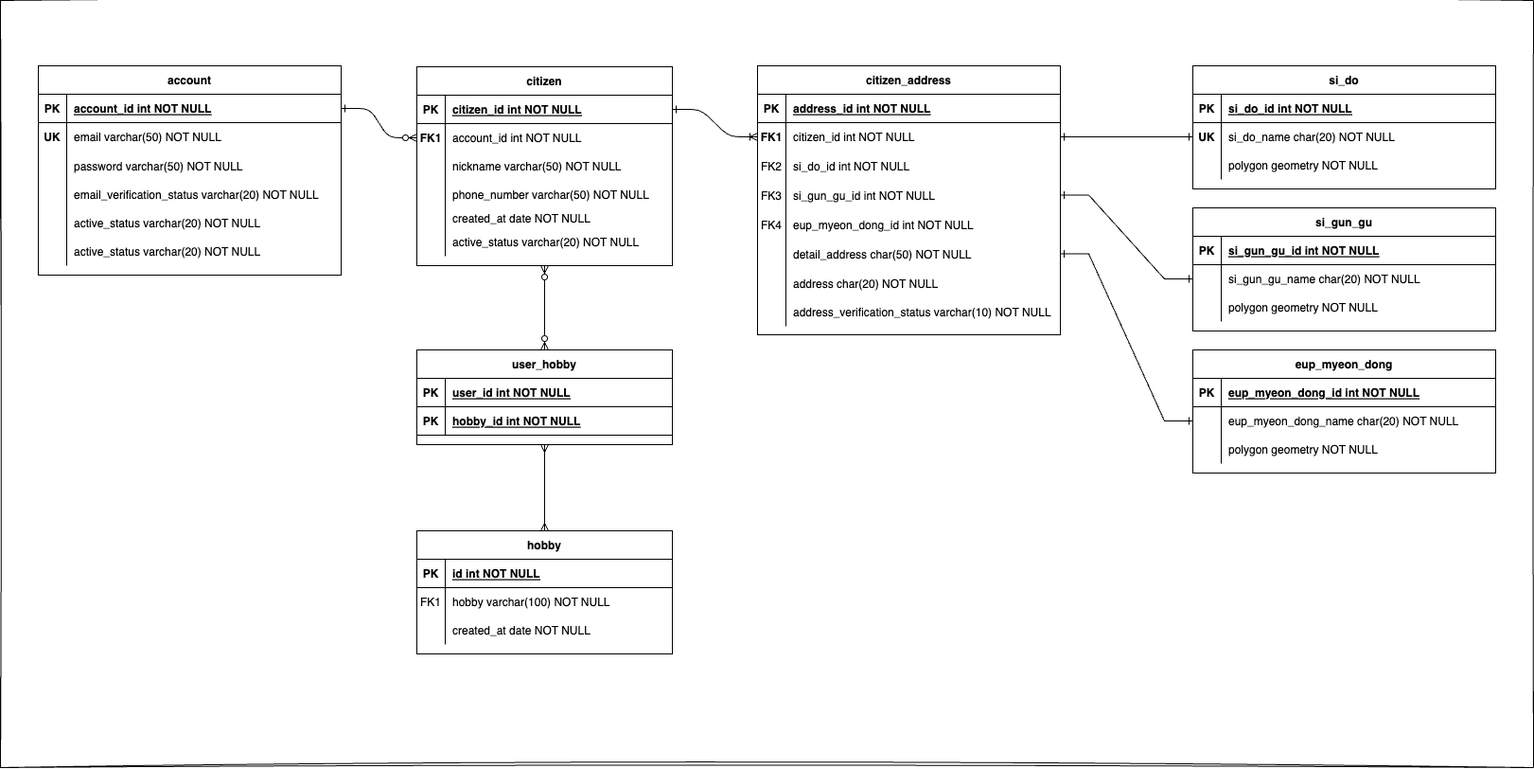
Earlier version of the draw.io export erd.drawio.png (choomi1217/neighbor). Source tidied: cells renumbered, new cells last; positions are measured from the earlier drawing's top-left corner, leaving out a move shared by most shapes.
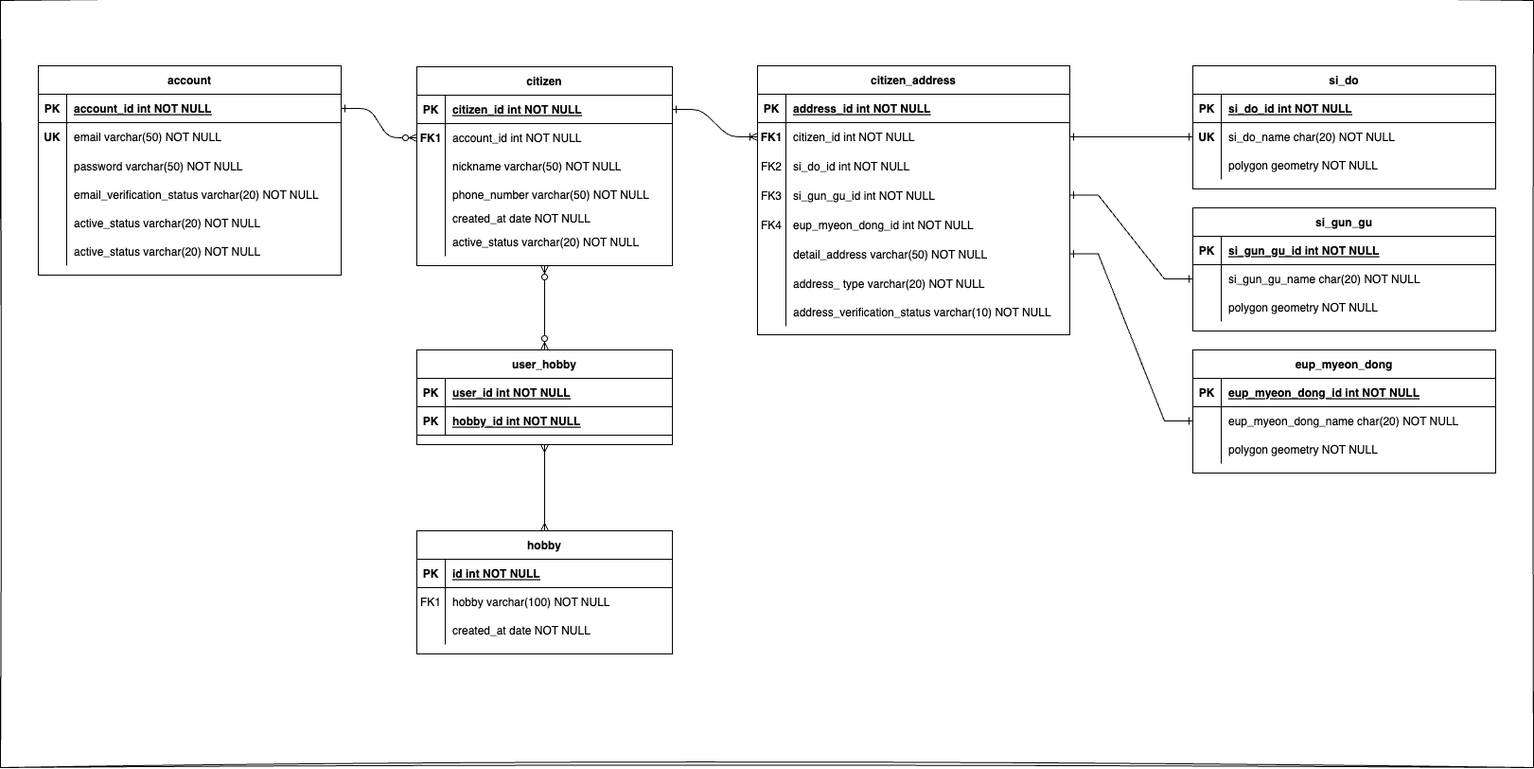
Later version of the same file.

The edit, as a diff of the source:
```diff
@@ -69,79 +69,79 @@
       <mxGeometry x="30" width="240" height="30" as="geometry" />
     </mxCell>
     <mxCell id="24" value="citizen_address" style="shape=table;startSize=30;rowLines=0;fontStyle=1;align=center;" parent="1" vertex="1">
-      <mxGeometry x="800" y="69" width="320" height="284" as="geometry" />
+      <mxGeometry x="800" y="69" width="330" height="284" as="geometry" />
     </mxCell>
     <mxCell id="25" style="shape=partialRectangle;fillColor=none;top=0;left=0;right=0;bottom=1;" parent="24" vertex="1">
-      <mxGeometry y="30" width="320" height="30" as="geometry" />
+      <mxGeometry y="30" width="330" height="30" as="geometry" />
     </mxCell>
     <mxCell id="26" value="PK" style="shape=partialRectangle;overflow=hidden;fillColor=none;top=0;left=0;bottom=0;right=0;fontStyle=1;" parent="25" vertex="1">
       <mxGeometry width="30" height="30" as="geometry" />
     </mxCell>
     <mxCell id="27" value="address_id int NOT NULL " style="shape=partialRectangle;overflow=hidden;fillColor=none;top=0;left=0;bottom=0;right=0;align=left;spacingLeft=6;fontStyle=5;" parent="25" vertex="1">
-      <mxGeometry x="30" width="290" height="30" as="geometry" />
+      <mxGeometry x="30" width="300" height="30" as="geometry" />
     </mxCell>
     <mxCell id="28" style="shape=partialRectangle;fillColor=none;points=[[0,0.5],[1,0.5]];portConstraint=eastwest;top=0;left=0;right=0;bottom=0;" parent="24" vertex="1">
-      <mxGeometry y="60" width="320" height="30" as="geometry" />
+      <mxGeometry y="60" width="330" height="30" as="geometry" />
     </mxCell>
     <mxCell id="29" value="FK1" style="shape=partialRectangle;overflow=hidden;fillColor=none;top=0;left=0;bottom=0;right=0;fontStyle=1;" parent="28" vertex="1">
       <mxGeometry width="30" height="30" as="geometry" />
     </mxCell>
     <mxCell id="30" value="citizen_id int NOT NULL" style="shape=partialRectangle;overflow=hidden;fillColor=none;top=0;left=0;bottom=0;right=0;align=left;spacingLeft=6;" parent="28" vertex="1">
-      <mxGeometry x="30" width="290" height="30" as="geometry" />
+      <mxGeometry x="30" width="300" height="30" as="geometry" />
     </mxCell>
     <mxCell id="31" style="shape=partialRectangle;fillColor=none;top=0;left=0;right=0;bottom=0;" parent="24" vertex="1">
-      <mxGeometry y="90" width="320" height="31" as="geometry" />
+      <mxGeometry y="90" width="330" height="31" as="geometry" />
     </mxCell>
     <mxCell id="32" value="FK2" style="shape=partialRectangle;overflow=hidden;fillColor=none;top=0;left=0;bottom=0;right=0;" parent="31" vertex="1">
       <mxGeometry width="30" height="31" as="geometry" />
     </mxCell>
     <mxCell id="33" value="si_do_id int NOT NULL" style="shape=partialRectangle;overflow=hidden;fillColor=none;top=0;left=0;bottom=0;right=0;align=left;spacingLeft=6;" parent="31" vertex="1">
-      <mxGeometry x="30" width="290" height="31" as="geometry" />
+      <mxGeometry x="30" width="300" height="31" as="geometry" />
     </mxCell>
     <mxCell id="34" style="shape=partialRectangle;fillColor=none;points=[[0,0.5],[1,0.5]];portConstraint=eastwest;top=0;left=0;right=0;bottom=0;" parent="24" vertex="1">
-      <mxGeometry y="121" width="320" height="31" as="geometry" />
+      <mxGeometry y="121" width="330" height="31" as="geometry" />
     </mxCell>
     <mxCell id="35" value="FK3" style="shape=partialRectangle;overflow=hidden;fillColor=none;top=0;left=0;bottom=0;right=0;" parent="34" vertex="1">
       <mxGeometry width="30" height="31" as="geometry" />
     </mxCell>
     <mxCell id="36" value="si_gun_gu_id int NOT NULL" style="shape=partialRectangle;overflow=hidden;fillColor=none;top=0;left=0;bottom=0;right=0;align=left;spacingLeft=6;" parent="34" vertex="1">
-      <mxGeometry x="30" width="290" height="31" as="geometry" />
+      <mxGeometry x="30" width="300" height="31" as="geometry" />
     </mxCell>
     <mxCell id="37" style="shape=partialRectangle;fillColor=none;top=0;left=0;right=0;bottom=0;" parent="24" vertex="1">
-      <mxGeometry y="152" width="320" height="31" as="geometry" />
+      <mxGeometry y="152" width="330" height="31" as="geometry" />
     </mxCell>
     <mxCell id="38" value="FK4" style="shape=partialRectangle;overflow=hidden;fillColor=none;top=0;left=0;bottom=0;right=0;" parent="37" vertex="1">
       <mxGeometry width="30" height="31" as="geometry" />
     </mxCell>
     <mxCell id="39" value="eup_myeon_dong_id int NOT NULL" style="shape=partialRectangle;overflow=hidden;fillColor=none;top=0;left=0;bottom=0;right=0;align=left;spacingLeft=6;" parent="37" vertex="1">
-      <mxGeometry x="30" width="290" height="31" as="geometry" />
+      <mxGeometry x="30" width="300" height="31" as="geometry" />
     </mxCell>
     <mxCell id="40" style="shape=partialRectangle;fillColor=none;points=[[0,0.5],[1,0.5]];portConstraint=eastwest;top=0;left=0;right=0;bottom=0;" parent="24" vertex="1">
-      <mxGeometry y="183" width="320" height="31" as="geometry" />
+      <mxGeometry y="183" width="330" height="31" as="geometry" />
     </mxCell>
     <mxCell id="41" style="shape=partialRectangle;overflow=hidden;fillColor=none;top=0;left=0;bottom=0;right=0;" parent="40" vertex="1">
       <mxGeometry width="30" height="31" as="geometry" />
     </mxCell>
-    <mxCell id="42" value="detail_address char(50) NOT NULL" style="shape=partialRectangle;overflow=hidden;fillColor=none;top=0;left=0;bottom=0;right=0;align=left;spacingLeft=6;" parent="40" vertex="1">
-      <mxGeometry x="30" width="290" height="31" as="geometry" />
+    <mxCell id="42" value="detail_address varchar(50) NOT NULL" style="shape=partialRectangle;overflow=hidden;fillColor=none;top=0;left=0;bottom=0;right=0;align=left;spacingLeft=6;" parent="40" vertex="1">
+      <mxGeometry x="30" width="300" height="31" as="geometry" />
     </mxCell>
     <mxCell id="43" style="shape=partialRectangle;fillColor=none;top=0;left=0;right=0;bottom=0;" parent="24" vertex="1">
-      <mxGeometry y="214" width="320" height="31" as="geometry" />
+      <mxGeometry y="214" width="330" height="31" as="geometry" />
     </mxCell>
     <mxCell id="44" style="shape=partialRectangle;overflow=hidden;fillColor=none;top=0;left=0;bottom=0;right=0;" parent="43" vertex="1">
       <mxGeometry width="30" height="31" as="geometry" />
     </mxCell>
-    <mxCell id="45" value="address char(20) NOT NULL" style="shape=partialRectangle;overflow=hidden;fillColor=none;top=0;left=0;bottom=0;right=0;align=left;spacingLeft=6;" parent="43" vertex="1">
-      <mxGeometry x="30" width="290" height="31" as="geometry" />
+    <mxCell id="45" value="address_ type varchar(20) NOT NULL" style="shape=partialRectangle;overflow=hidden;fillColor=none;top=0;left=0;bottom=0;right=0;align=left;spacingLeft=6;" parent="43" vertex="1">
+      <mxGeometry x="30" width="300" height="31" as="geometry" />
     </mxCell>
     <mxCell id="46" style="shape=partialRectangle;fillColor=none;top=0;left=0;right=0;bottom=0;" parent="24" vertex="1">
-      <mxGeometry y="245" width="320" height="30" as="geometry" />
+      <mxGeometry y="245" width="330" height="30" as="geometry" />
     </mxCell>
     <mxCell id="47" style="shape=partialRectangle;overflow=hidden;fillColor=none;top=0;left=0;bottom=0;right=0;" parent="46" vertex="1">
       <mxGeometry width="30" height="30" as="geometry" />
     </mxCell>
     <mxCell id="48" value="address_verification_status varchar(10) NOT NULL" style="shape=partialRectangle;overflow=hidden;fillColor=none;top=0;left=0;bottom=0;right=0;align=left;spacingLeft=6;" parent="46" vertex="1">
-      <mxGeometry x="30" width="290" height="30" as="geometry" />
+      <mxGeometry x="30" width="300" height="30" as="geometry" />
     </mxCell>
     <mxCell id="49" value="account" style="shape=table;startSize=30;rowLines=0;fontStyle=1;align=center;" parent="1" vertex="1">
       <mxGeometry x="40" y="69" width="320" height="221" as="geometry" />
```
